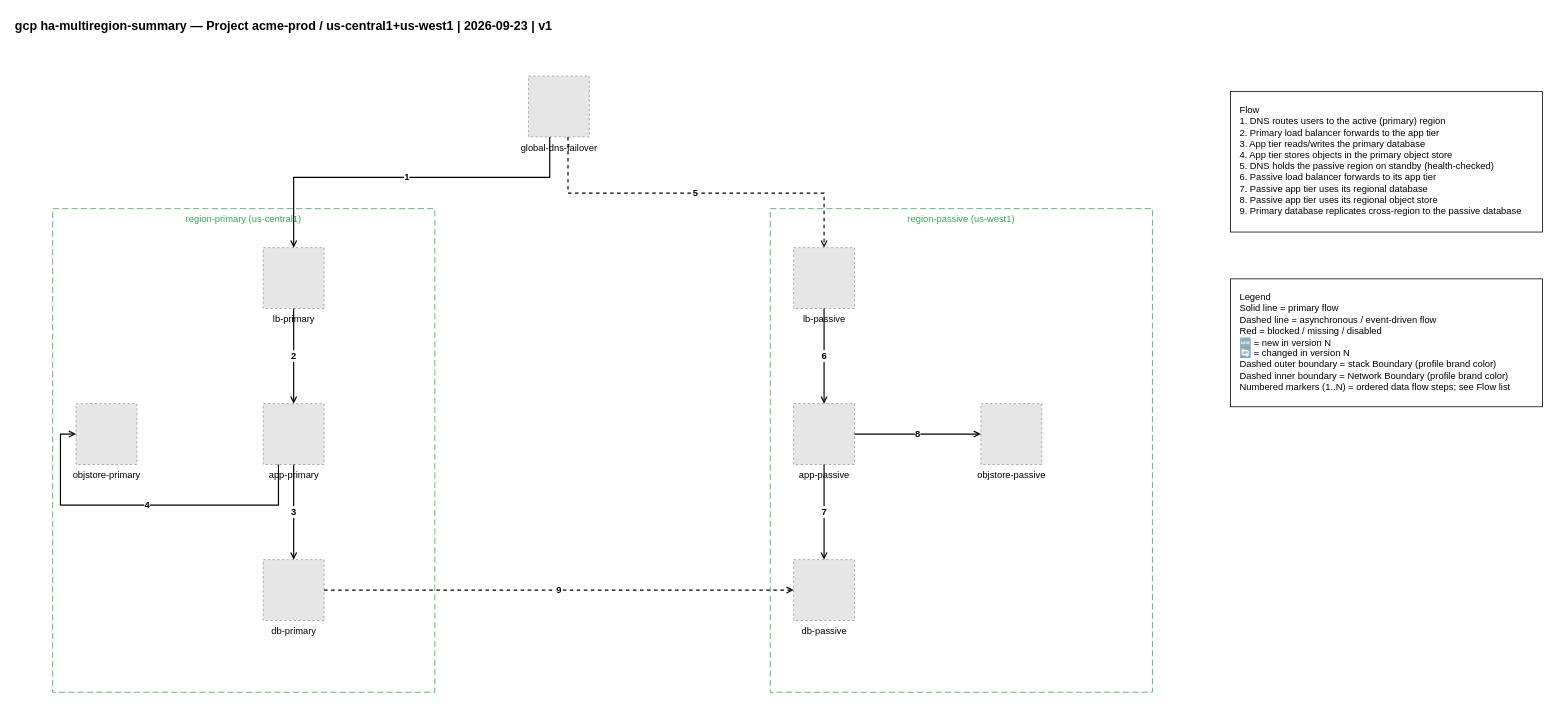
Earlier version of the draw.io diagram examples/gcp/02-gcp-ha-multiregion-summary.drawio (totoshko88/Cloud_Architecture). Source tidied: cells renumbered, new cells numbered last; positions are measured from the earlier drawing's top-left corner, leaving out a move shared by most shapes. Both pictures are drawn from the tidied source at 78%, with x=0, y=0 at pixel (13, 13). Pictures stored in the file or linked from it are replaced by grey dashed boxes.
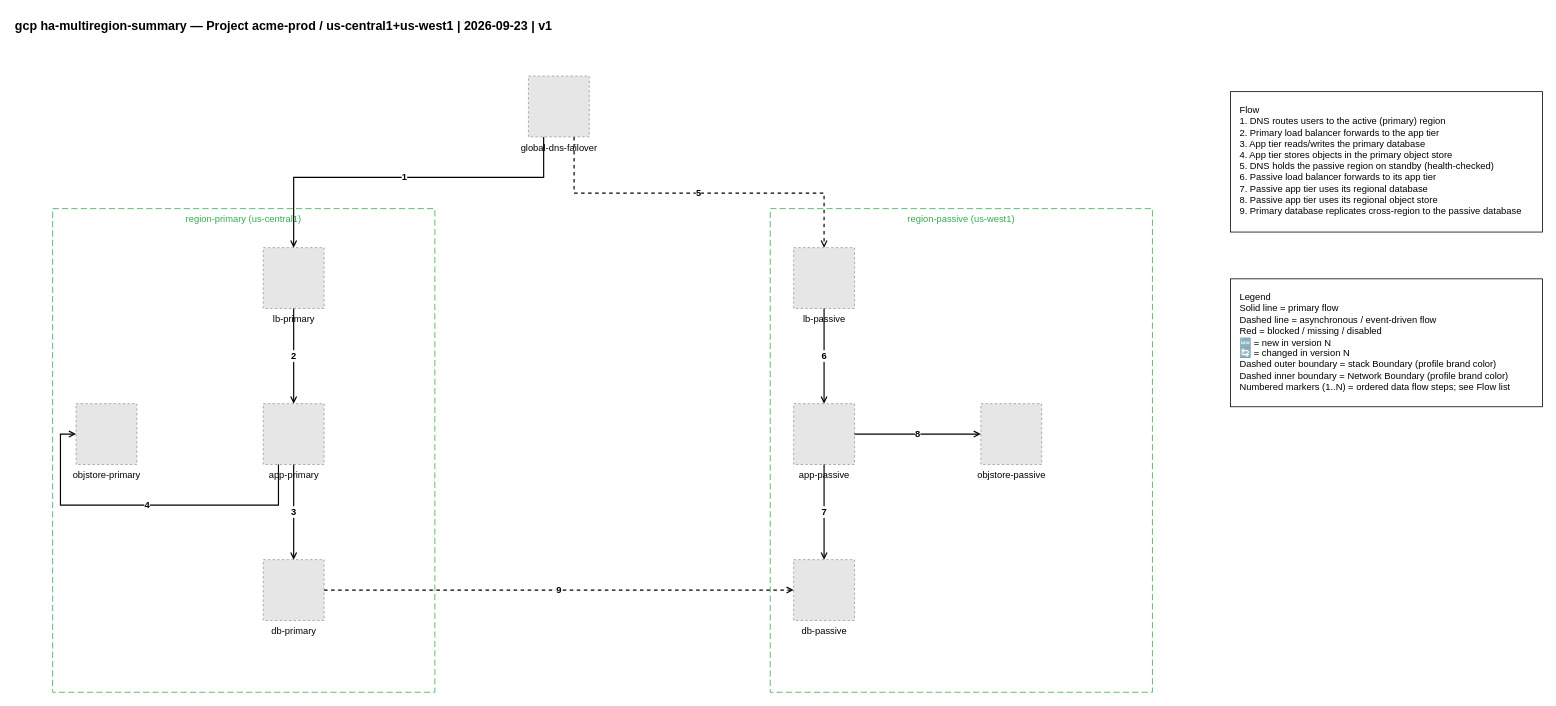
The same diagram, later.

The change refers to these unchanged cells:
```xml
<mxCell id="5" value="global-dns-failover" style="fillColor=#E6E6E6;strokeColor=#999999;dashed=1;verticalLabelPosition=bottom;verticalAlign=top;html=1;align=center;fontSize=12;" parent="1" vertex="1">
  <mxGeometry x="660" y="80" width="78" height="78" as="geometry" />
</mxCell>
<mxCell id="6" value="lb-primary" style="fillColor=#E6E6E6;strokeColor=#999999;dashed=1;verticalLabelPosition=bottom;verticalAlign=top;html=1;align=center;fontSize=12;" parent="1" vertex="1">
  <mxGeometry x="320" y="300" width="78" height="78" as="geometry" />
</mxCell>
<mxCell id="10" value="lb-passive" style="fillColor=#E6E6E6;strokeColor=#999999;dashed=1;verticalLabelPosition=bottom;verticalAlign=top;html=1;align=center;fontSize=12;" parent="1" vertex="1">
  <mxGeometry x="1000" y="300" width="78" height="78" as="geometry" />
</mxCell>
```

Diff of the diagram source:
```diff
@@
-    <mxCell id="14" value="1" style="edgeStyle=orthogonalEdgeStyle;rounded=0;html=1;endArrow=open;endFill=0;strokeWidth=1.5;exitX=0.35;exitY=1.0;exitDx=0;exitDy=0;exitPerimeter=0;entryX=0.5;entryY=0.0;entryDx=0;entryDy=0;fontSize=12;fontStyle=1;" parent="1" edge="1" source="5" target="6">
+    <mxCell id="14" value="1" style="edgeStyle=orthogonalEdgeStyle;rounded=0;html=1;endArrow=open;endFill=0;strokeWidth=1.5;exitX=0.25;exitY=1.0;exitDx=0;exitDy=0;exitPerimeter=0;entryX=0.5;entryY=0.0;entryDx=0;entryDy=0;fontSize=12;fontStyle=1;" parent="1" edge="1" source="5" target="6">
       <mxGeometry relative="1" as="geometry">
         <Array as="points">
-          <mxPoint x="687" y="210" />
+          <mxPoint x="680" y="210" />
           <mxPoint x="359" y="210" />
         </Array>
       </mxGeometry>
     </mxCell>
@@
-    <mxCell id="18" value="5" style="edgeStyle=orthogonalEdgeStyle;rounded=0;html=1;endArrow=open;endFill=0;strokeWidth=1.5;dashed=1;exitX=0.65;exitY=1.0;exitDx=0;exitDy=0;exitPerimeter=0;entryX=0.5;entryY=0.0;entryDx=0;entryDy=0;fontSize=12;fontStyle=1;" parent="1" edge="1" source="5" target="10">
+    <mxCell id="18" value="5" style="edgeStyle=orthogonalEdgeStyle;rounded=0;html=1;endArrow=open;endFill=0;strokeWidth=1.5;dashed=1;exitX=0.75;exitY=1.0;exitDx=0;exitDy=0;exitPerimeter=0;entryX=0.5;entryY=0.0;entryDx=0;entryDy=0;fontSize=12;fontStyle=1;" parent="1" edge="1" source="5" target="10">
       <mxGeometry relative="1" as="geometry">
         <Array as="points">
-          <mxPoint x="711" y="230" />
+          <mxPoint x="718" y="230" />
           <mxPoint x="1039" y="230" />
         </Array>
       </mxGeometry>
     </mxCell>
```
